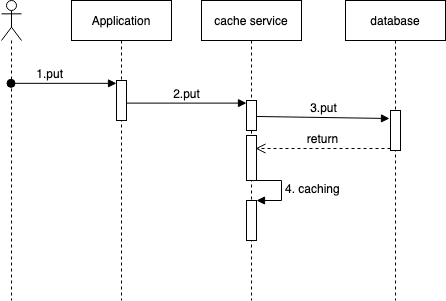
Above: Write-behind.png in GallantKong/diagram (draw.io), before the change. Source tidied: cells renumbered, new cells last; positions are measured from the earlier drawing's top-left corner, leaving out a move shared by most shapes. Its diagram source:
```xml
<mxGraphModel>
  <root>
    <mxCell id="0" />
    <mxCell id="1" parent="0" />
    <mxCell id="2" style="shape=umlLifeline;participant=umlActor;perimeter=lifelinePerimeter;whiteSpace=wrap;html=1;verticalAlign=top;spacingTop=36;outlineConnect=0;" parent="1" vertex="1">
      <mxGeometry width="20" height="300" as="geometry" />
    </mxCell>
    <mxCell id="3" value="Application" style="shape=umlLifeline;perimeter=lifelinePerimeter;whiteSpace=wrap;html=1;" parent="1" vertex="1">
      <mxGeometry x="70" width="100" height="300" as="geometry" />
    </mxCell>
    <mxCell id="4" style="html=1;points=[];perimeter=orthogonalPerimeter;" parent="3" vertex="1">
      <mxGeometry x="45" y="80" width="10" height="40" as="geometry" />
    </mxCell>
    <mxCell id="5" value="cache service" style="shape=umlLifeline;perimeter=lifelinePerimeter;whiteSpace=wrap;html=1;" parent="1" vertex="1">
      <mxGeometry x="200" width="100" height="300" as="geometry" />
    </mxCell>
    <mxCell id="6" style="html=1;points=[];perimeter=orthogonalPerimeter;" parent="5" vertex="1">
      <mxGeometry x="45" y="100" width="10" height="30" as="geometry" />
    </mxCell>
    <mxCell id="7" style="html=1;perimeter=orthogonalPerimeter;" parent="5" vertex="1">
      <mxGeometry x="45" y="135" width="10" height="45" as="geometry" />
    </mxCell>
    <mxCell id="8" style="html=1;points=[];perimeter=orthogonalPerimeter;" parent="5" vertex="1">
      <mxGeometry x="45" y="200" width="10" height="40" as="geometry" />
    </mxCell>
    <mxCell id="9" value="4. caching" style="edgeStyle=orthogonalEdgeStyle;html=1;align=left;spacingLeft=2;endArrow=block;rounded=0;entryX=1;entryY=0;" parent="5" edge="1" target="8">
      <mxGeometry relative="1" as="geometry">
        <mxPoint x="50" y="180" as="sourcePoint" />
        <Array as="points">
          <mxPoint x="80" y="180" />
        </Array>
      </mxGeometry>
    </mxCell>
    <mxCell id="10" value="database" style="shape=umlLifeline;perimeter=lifelinePerimeter;whiteSpace=wrap;html=1;" parent="1" vertex="1">
      <mxGeometry x="344" width="100" height="300" as="geometry" />
    </mxCell>
    <mxCell id="11" style="html=1;points=[];perimeter=orthogonalPerimeter;" parent="10" vertex="1">
      <mxGeometry x="45" y="110" width="10" height="40" as="geometry" />
    </mxCell>
    <mxCell id="12" value="1.put" style="html=1;verticalAlign=bottom;startArrow=oval;endArrow=block;startSize=8;entryX=0;entryY=0.071;entryDx=0;entryDy=0;entryPerimeter=0;align=right;" parent="1" edge="1" source="2" target="4">
      <mxGeometry relative="1" as="geometry" />
    </mxCell>
    <mxCell id="13" value="2.put" style="html=1;verticalAlign=bottom;endArrow=block;entryX=0;entryY=0.087;entryDx=0;entryDy=0;entryPerimeter=0;" parent="1" edge="1" source="4" target="6">
      <mxGeometry relative="1" as="geometry" />
    </mxCell>
    <mxCell id="14" value="3.put" style="html=1;verticalAlign=bottom;endArrow=block;entryX=-0.1;entryY=0.2;exitX=1;exitY=0.533;exitDx=0;exitDy=0;exitPerimeter=0;entryDx=0;entryDy=0;entryPerimeter=0;" parent="1" edge="1" source="6" target="11">
      <mxGeometry relative="1" as="geometry" />
    </mxCell>
    <mxCell id="15" value="return" style="html=1;verticalAlign=bottom;endArrow=open;dashed=1;endSize=8;exitX=0;exitY=0.95;" parent="1" edge="1" source="11">
      <mxGeometry relative="1" as="geometry">
        <mxPoint x="254" y="148" as="targetPoint" />
      </mxGeometry>
    </mxCell>
  </root>
</mxGraphModel>
```
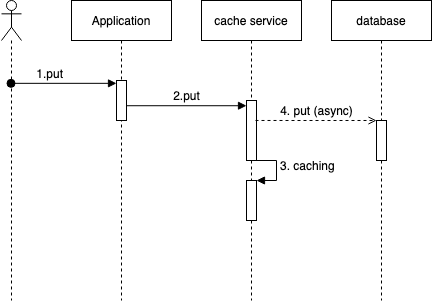
The same diagram one commit later.

Change to the diagram source:
```diff
@@ -15,41 +15,33 @@
       <mxGeometry x="200" width="100" height="300" as="geometry" />
     </mxCell>
     <mxCell id="6" style="html=1;points=[];perimeter=orthogonalPerimeter;" parent="5" vertex="1">
-      <mxGeometry x="45" y="100" width="10" height="30" as="geometry" />
+      <mxGeometry x="45" y="100" width="10" height="60" as="geometry" />
     </mxCell>
-    <mxCell id="7" style="html=1;perimeter=orthogonalPerimeter;" parent="5" vertex="1">
-      <mxGeometry x="45" y="135" width="10" height="45" as="geometry" />
-    </mxCell>
-    <mxCell id="8" style="html=1;points=[];perimeter=orthogonalPerimeter;" parent="5" vertex="1">
-      <mxGeometry x="45" y="200" width="10" height="40" as="geometry" />
-    </mxCell>
-    <mxCell id="9" value="4. caching" style="edgeStyle=orthogonalEdgeStyle;html=1;align=left;spacingLeft=2;endArrow=block;rounded=0;entryX=1;entryY=0;" parent="5" edge="1" target="8">
-      <mxGeometry relative="1" as="geometry">
-        <mxPoint x="50" y="180" as="sourcePoint" />
-        <Array as="points">
-          <mxPoint x="80" y="180" />
-        </Array>
-      </mxGeometry>
-    </mxCell>
     <mxCell id="10" value="database" style="shape=umlLifeline;perimeter=lifelinePerimeter;whiteSpace=wrap;html=1;" parent="1" vertex="1">
-      <mxGeometry x="344" width="100" height="300" as="geometry" />
+      <mxGeometry x="330" width="100" height="300" as="geometry" />
     </mxCell>
-    <mxCell id="11" style="html=1;points=[];perimeter=orthogonalPerimeter;" parent="10" vertex="1">
-      <mxGeometry x="45" y="110" width="10" height="40" as="geometry" />
-    </mxCell>
     <mxCell id="12" value="1.put" style="html=1;verticalAlign=bottom;startArrow=oval;endArrow=block;startSize=8;entryX=0;entryY=0.071;entryDx=0;entryDy=0;entryPerimeter=0;align=right;" parent="1" edge="1" source="2" target="4">
       <mxGeometry relative="1" as="geometry" />
     </mxCell>
     <mxCell id="13" value="2.put" style="html=1;verticalAlign=bottom;endArrow=block;entryX=0;entryY=0.087;entryDx=0;entryDy=0;entryPerimeter=0;" parent="1" edge="1" source="4" target="6">
       <mxGeometry relative="1" as="geometry" />
     </mxCell>
-    <mxCell id="14" value="3.put" style="html=1;verticalAlign=bottom;endArrow=block;entryX=-0.1;entryY=0.2;exitX=1;exitY=0.533;exitDx=0;exitDy=0;exitPerimeter=0;entryDx=0;entryDy=0;entryPerimeter=0;" parent="1" edge="1" source="6" target="11">
-      <mxGeometry relative="1" as="geometry" />
-    </mxCell>
-    <mxCell id="15" value="return" style="html=1;verticalAlign=bottom;endArrow=open;dashed=1;endSize=8;exitX=0;exitY=0.95;" parent="1" edge="1" source="11">
-      <mxGeometry relative="1" as="geometry">
-        <mxPoint x="254" y="148" as="targetPoint" />
-      </mxGeometry>
-    </mxCell>
+    <mxCell id="16" style="html=1;points=[];perimeter=orthogonalPerimeter;" parent="1" vertex="1">
+      <mxGeometry x="245" y="180" width="10" height="40" as="geometry" />
+    </mxCell>
+    <mxCell id="17" value="3. caching" style="edgeStyle=orthogonalEdgeStyle;html=1;align=left;spacingLeft=2;endArrow=block;rounded=0;entryX=1;entryY=0;" parent="1" edge="1" target="16">
+      <mxGeometry relative="1" as="geometry">
+        <mxPoint x="245" y="160" as="sourcePoint" />
+        <Array as="points">
+          <mxPoint x="275" y="160" />
+        </Array>
+      </mxGeometry>
+    </mxCell>
+    <mxCell id="18" style="html=1;points=[];perimeter=orthogonalPerimeter;" parent="1" vertex="1">
+      <mxGeometry x="375" y="120" width="10" height="40" as="geometry" />
+    </mxCell>
+    <mxCell id="19" value="4. put (async)" style="html=1;verticalAlign=bottom;startArrow=none;endArrow=open;startSize=8;exitX=0.9;exitY=0.333;exitDx=0;exitDy=0;exitPerimeter=0;startFill=0;endFill=0;dashed=1;" parent="1" edge="1" source="6" target="18">
+      <mxGeometry relative="1" as="geometry" />
+    </mxCell>
   </root>
 </mxGraphModel>
```
